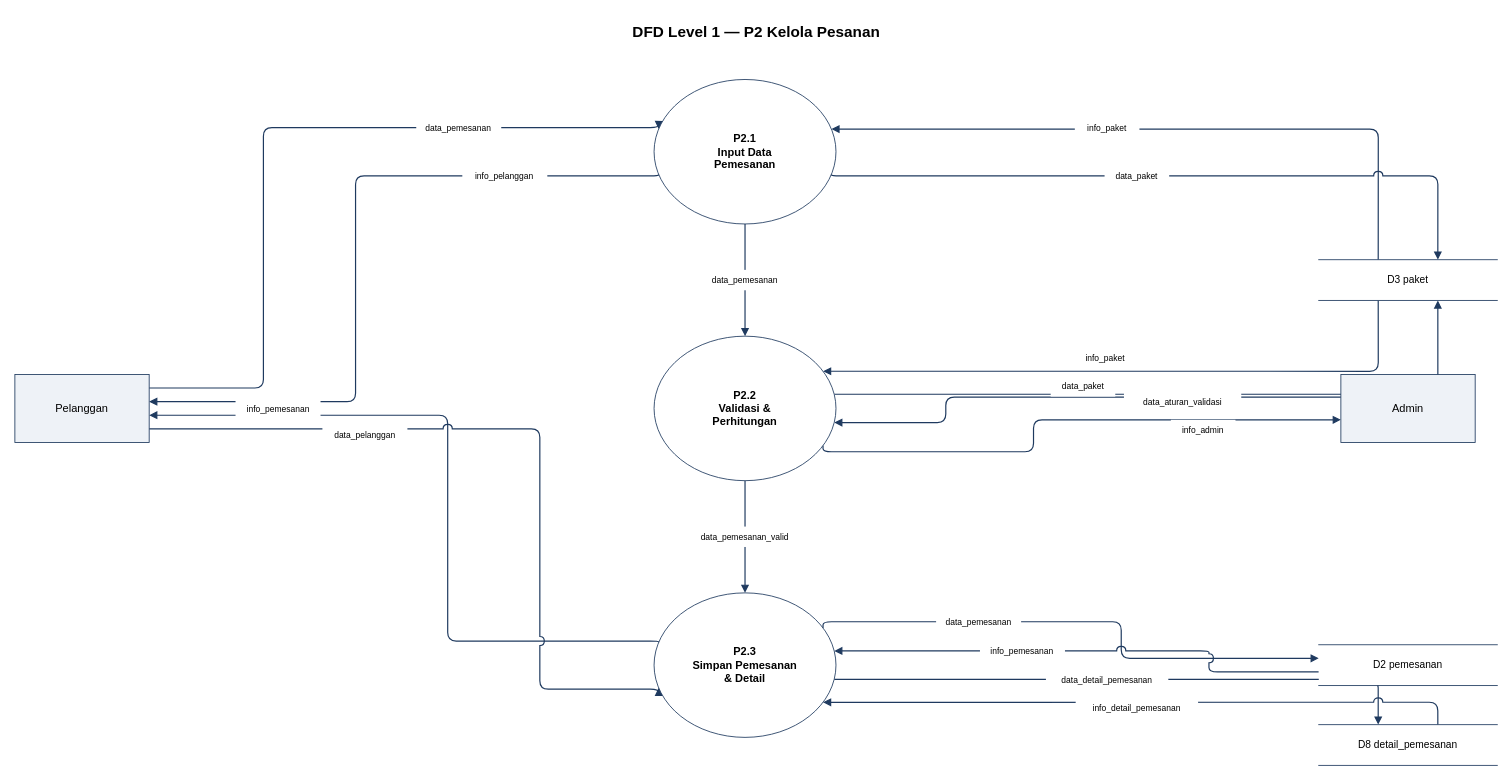
Before: result/without/mellogang_dfd_level1_P2.drawio in ryuken25/diagrams, a draw.io diagram. Source tidied: cells renumbered, new cells numbered last; positions are measured from the earlier drawing's top-left corner, leaving out a move shared by most shapes. Both pictures are drawn from the tidied source at 85%, with x=0, y=0 at pixel (14, 14).
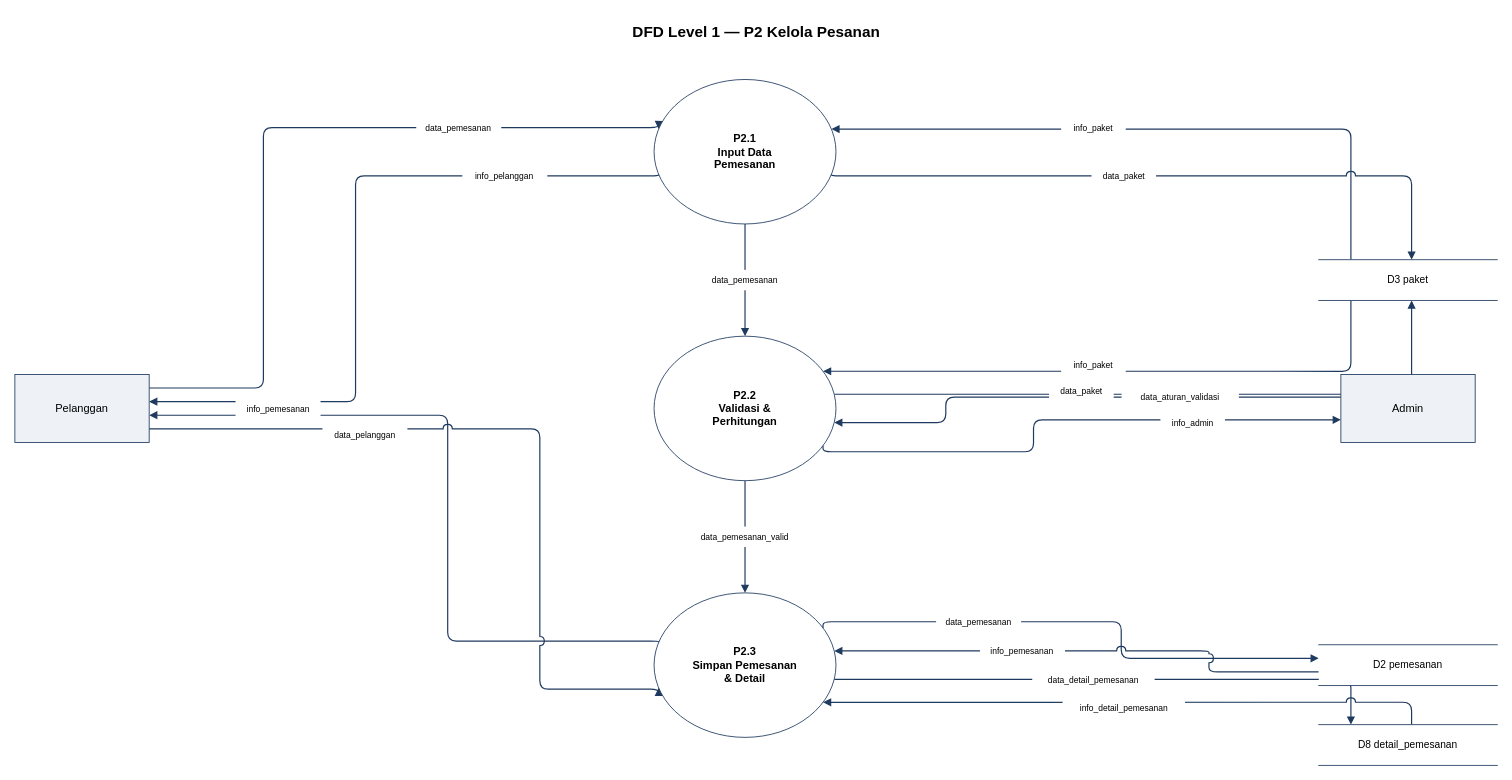
The same page after the edit.

Unchanged cells that the change refers to:
```xml
<mxCell id="18" value="P2.1&#10;Input Data&#10;Pemesanan" style="ellipse;whiteSpace=wrap;html=1;fillColor=#FFFFFF;strokeColor=#1F3A5F;fontSize=13;fontStyle=1;verticalAlign=middle;" parent="1" vertex="1">
  <mxGeometry x="752" y="76" width="214" height="170" as="geometry" />
</mxCell>
<mxCell id="19" value="P2.2&#10;Validasi &amp;&#10;Perhitungan" style="ellipse;whiteSpace=wrap;html=1;fillColor=#FFFFFF;strokeColor=#1F3A5F;fontSize=13;fontStyle=1;verticalAlign=middle;" parent="1" vertex="1">
  <mxGeometry x="752" y="378" width="214" height="170" as="geometry" />
</mxCell>
<mxCell id="20" value="P2.3&#10;Simpan Pemesanan&#10;&amp; Detail" style="ellipse;whiteSpace=wrap;html=1;fillColor=#FFFFFF;strokeColor=#1F3A5F;fontSize=13;fontStyle=1;verticalAlign=middle;" parent="1" vertex="1">
  <mxGeometry x="752" y="680" width="214" height="170" as="geometry" />
</mxCell>
<mxCell id="23" value="D3  paket" style="shape=partialRectangle;top=1;bottom=1;left=0;right=0;whiteSpace=wrap;html=1;fillColor=#FFFFFF;strokeColor=#1F3A5F;fontSize=12;align=center;" parent="1" vertex="1">
  <mxGeometry x="1534" y="288" width="210" height="48" as="geometry" />
</mxCell>
<mxCell id="25" value="D8  detail_pemesanan" style="shape=partialRectangle;top=1;bottom=1;left=0;right=0;whiteSpace=wrap;html=1;fillColor=#FFFFFF;strokeColor=#1F3A5F;fontSize=12;align=center;" parent="1" vertex="1">
  <mxGeometry x="1534" y="835" width="210" height="48" as="geometry" />
</mxCell>
```

Change to the diagram source:
```diff
@@
-    <mxCell id="8" style="html=1;rounded=1;strokeColor=#1F3A5F;strokeWidth=1.4;endArrow=block;startArrow=none;jumpStyle=arc;jumpSize=10;edgeStyle=orthogonalEdgeStyle;exitX=0.333;exitY=0.000;entryX=1.000;entryY=0.333;exitDx=0;exitDy=0;entryDx=0;entryDy=0;" parent="1" edge="1" source="23" target="18">
+    <mxCell id="8" style="html=1;rounded=1;strokeColor=#1F3A5F;strokeWidth=1.4;endArrow=block;startArrow=none;jumpStyle=arc;jumpSize=10;edgeStyle=orthogonalEdgeStyle;exitX=0.180;exitY=0.000;entryX=1.000;entryY=0.333;exitDx=0;exitDy=0;entryDx=0;entryDy=0;" parent="1" edge="1" source="23" target="18">
       <mxGeometry relative="1" as="geometry">
         <Array as="points">
-          <mxPoint x="1604" y="288" />
-          <mxPoint x="1604" y="132.7" />
+          <mxPoint x="1571.8" y="288" />
+          <mxPoint x="1571.8" y="132.7" />
         </Array>
       </mxGeometry>
     </mxCell>
-    <mxCell id="9" style="html=1;rounded=1;strokeColor=#1F3A5F;strokeWidth=1.4;endArrow=block;startArrow=none;jumpStyle=arc;jumpSize=10;edgeStyle=orthogonalEdgeStyle;exitX=1.000;exitY=0.667;entryX=0.667;entryY=0.000;exitDx=0;exitDy=0;entryDx=0;entryDy=0;" parent="1" edge="1" source="18" target="23">
+    <mxCell id="9" style="html=1;rounded=1;strokeColor=#1F3A5F;strokeWidth=1.4;endArrow=block;startArrow=none;jumpStyle=arc;jumpSize=10;edgeStyle=orthogonalEdgeStyle;exitX=1.000;exitY=0.667;entryX=0.520;entryY=0.000;exitDx=0;exitDy=0;entryDx=0;entryDy=0;" parent="1" edge="1" source="18" target="23">
       <mxGeometry relative="1" as="geometry">
         <Array as="points">
-          <mxPoint x="1674" y="189.3" />
-          <mxPoint x="1674" y="288" />
+          <mxPoint x="1643.2" y="189.3" />
+          <mxPoint x="1643.2" y="288" />
         </Array>
       </mxGeometry>
     </mxCell>
-    <mxCell id="10" style="html=1;rounded=1;strokeColor=#1F3A5F;strokeWidth=1.4;endArrow=block;startArrow=none;jumpStyle=arc;jumpSize=10;edgeStyle=orthogonalEdgeStyle;exitX=0.333;exitY=1.000;entryX=1.000;entryY=0.200;exitDx=0;exitDy=0;entryDx=0;entryDy=0;" parent="1" edge="1" source="23" target="19">
+    <mxCell id="10" style="html=1;rounded=1;strokeColor=#1F3A5F;strokeWidth=1.4;endArrow=block;startArrow=none;jumpStyle=arc;jumpSize=10;edgeStyle=orthogonalEdgeStyle;exitX=0.180;exitY=1.000;entryX=1.000;entryY=0.200;exitDx=0;exitDy=0;entryDx=0;entryDy=0;" parent="1" edge="1" source="23" target="19">
       <mxGeometry relative="1" as="geometry">
         <Array as="points">
-          <mxPoint x="1604" y="336" />
-          <mxPoint x="1604" y="412" />
+          <mxPoint x="1571.8" y="336" />
+          <mxPoint x="1571.8" y="412" />
         </Array>
       </mxGeometry>
     </mxCell>
-    <mxCell id="11" style="html=1;rounded=1;strokeColor=#1F3A5F;strokeWidth=1.4;endArrow=block;startArrow=none;jumpStyle=arc;jumpSize=10;edgeStyle=orthogonalEdgeStyle;exitX=1.000;exitY=0.400;entryX=0.667;entryY=1.000;exitDx=0;exitDy=0;entryDx=0;entryDy=0;" parent="1" edge="1" source="19" target="23">
+    <mxCell id="11" style="html=1;rounded=1;strokeColor=#1F3A5F;strokeWidth=1.4;endArrow=block;startArrow=none;jumpStyle=arc;jumpSize=10;edgeStyle=orthogonalEdgeStyle;exitX=1.000;exitY=0.400;entryX=0.520;entryY=1.000;exitDx=0;exitDy=0;entryDx=0;entryDy=0;" parent="1" edge="1" source="19" target="23">
       <mxGeometry relative="1" as="geometry">
         <Array as="points">
-          <mxPoint x="1674" y="446" />
-          <mxPoint x="1674" y="336" />
+          <mxPoint x="1643.2" y="446" />
+          <mxPoint x="1643.2" y="336" />
         </Array>
       </mxGeometry>
     </mxCell>
@@
-    <mxCell id="14" style="html=1;rounded=1;strokeColor=#1F3A5F;strokeWidth=1.4;endArrow=block;startArrow=none;jumpStyle=arc;jumpSize=10;edgeStyle=orthogonalEdgeStyle;exitX=1.000;exitY=0.600;entryX=0.333;entryY=0.000;exitDx=0;exitDy=0;entryDx=0;entryDy=0;" parent="1" edge="1" source="20" target="25">
+    <mxCell id="14" style="html=1;rounded=1;strokeColor=#1F3A5F;strokeWidth=1.4;endArrow=block;startArrow=none;jumpStyle=arc;jumpSize=10;edgeStyle=orthogonalEdgeStyle;exitX=1.000;exitY=0.600;entryX=0.180;entryY=0.000;exitDx=0;exitDy=0;entryDx=0;entryDy=0;" parent="1" edge="1" source="20" target="25">
       <mxGeometry relative="1" as="geometry">
         <Array as="points">
-          <mxPoint x="1604" y="782" />
-          <mxPoint x="1604" y="835" />
+          <mxPoint x="1571.8" y="782" />
+          <mxPoint x="1571.8" y="835" />
         </Array>
       </mxGeometry>
     </mxCell>
-    <mxCell id="15" style="html=1;rounded=1;strokeColor=#1F3A5F;strokeWidth=1.4;endArrow=block;startArrow=none;jumpStyle=arc;jumpSize=10;edgeStyle=orthogonalEdgeStyle;exitX=0.667;exitY=0.000;entryX=1.000;entryY=0.800;exitDx=0;exitDy=0;entryDx=0;entryDy=0;" parent="1" edge="1" source="25" target="20">
+    <mxCell id="15" style="html=1;rounded=1;strokeColor=#1F3A5F;strokeWidth=1.4;endArrow=block;startArrow=none;jumpStyle=arc;jumpSize=10;edgeStyle=orthogonalEdgeStyle;exitX=0.520;exitY=0.000;entryX=1.000;entryY=0.800;exitDx=0;exitDy=0;entryDx=0;entryDy=0;" parent="1" edge="1" source="25" target="20">
       <mxGeometry relative="1" as="geometry">
         <Array as="points">
-          <mxPoint x="1674" y="835" />
-          <mxPoint x="1674" y="816" />
+          <mxPoint x="1643.2" y="835" />
+          <mxPoint x="1643.2" y="816" />
         </Array>
       </mxGeometry>
     </mxCell>
@@
     <mxCell id="30" value="data_aturan_validasi" style="text;html=1;align=center;verticalAlign=middle;fontSize=10;rounded=0;fillColor=#FFFFFF;strokeColor=none;whiteSpace=wrap;spacing=2;" parent="1" vertex="1">
-      <mxGeometry x="1304.8" y="442.9" width="138" height="24" as="geometry" />
+      <mxGeometry x="1302" y="437.2" width="138" height="24" as="geometry" />
     </mxCell>
     <mxCell id="31" value="info_admin" style="text;html=1;align=center;verticalAlign=middle;fontSize=10;rounded=0;fillColor=#FFFFFF;strokeColor=none;whiteSpace=wrap;spacing=2;" parent="1" vertex="1">
-      <mxGeometry x="1360" y="476.4" width="76" height="24" as="geometry" />
+      <mxGeometry x="1347.7" y="468.1" width="76" height="24" as="geometry" />
     </mxCell>
     <mxCell id="32" value="info_paket" style="text;html=1;align=center;verticalAlign=middle;fontSize=10;rounded=0;fillColor=#FFFFFF;strokeColor=none;whiteSpace=wrap;spacing=2;" parent="1" vertex="1">
-      <mxGeometry x="1247" y="120.7" width="76" height="24" as="geometry" />
+      <mxGeometry x="1230.9" y="120.7" width="76" height="24" as="geometry" />
     </mxCell>
     <mxCell id="33" value="data_paket" style="text;html=1;align=center;verticalAlign=middle;fontSize=10;rounded=0;fillColor=#FFFFFF;strokeColor=none;whiteSpace=wrap;spacing=2;" parent="1" vertex="1">
-      <mxGeometry x="1282" y="177.4" width="76" height="24" as="geometry" />
+      <mxGeometry x="1266.6" y="177.4" width="76" height="24" as="geometry" />
     </mxCell>
     <mxCell id="34" value="info_paket" style="text;html=1;align=center;verticalAlign=middle;fontSize=10;rounded=0;fillColor=#FFFFFF;strokeColor=none;whiteSpace=wrap;spacing=2;" parent="1" vertex="1">
-      <mxGeometry x="1245.4" y="391.5" width="76" height="24" as="geometry" />
+      <mxGeometry x="1230.9" y="400" width="76" height="24" as="geometry" />
     </mxCell>
     <mxCell id="35" value="data_paket" style="text;html=1;align=center;verticalAlign=middle;fontSize=10;rounded=0;fillColor=#FFFFFF;strokeColor=none;whiteSpace=wrap;spacing=2;" parent="1" vertex="1">
-      <mxGeometry x="1218.6" y="425.1" width="76" height="24" as="geometry" />
+      <mxGeometry x="1216.7" y="430.7" width="76" height="24" as="geometry" />
     </mxCell>
@@
     <mxCell id="38" value="data_detail_pemesanan" style="text;html=1;align=center;verticalAlign=middle;fontSize=10;rounded=0;fillColor=#FFFFFF;strokeColor=none;whiteSpace=wrap;spacing=2;" parent="1" vertex="1">
-      <mxGeometry x="1213" y="770" width="144" height="24" as="geometry" />
+      <mxGeometry x="1196.9" y="770" width="144" height="24" as="geometry" />
     </mxCell>
     <mxCell id="39" value="info_detail_pemesanan" style="text;html=1;align=center;verticalAlign=middle;fontSize=10;rounded=0;fillColor=#FFFFFF;strokeColor=none;whiteSpace=wrap;spacing=2;" parent="1" vertex="1">
-      <mxGeometry x="1248" y="804" width="144" height="24" as="geometry" />
+      <mxGeometry x="1232.6" y="804" width="144" height="24" as="geometry" />
     </mxCell>
```
